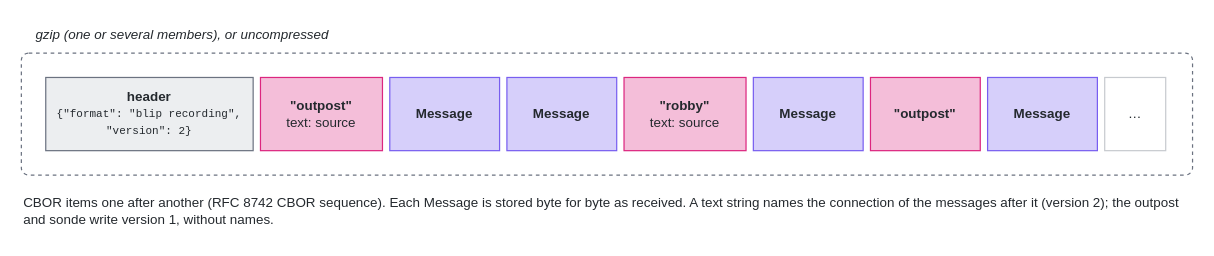
Before: doc/source/diagrams/recording-file.drawio in stefanluethi/blip, a draw.io diagram. Source tidied: cells renumbered, new cells numbered last; positions are measured from the earlier drawing's top-left corner, leaving out a move shared by most shapes. Both pictures are drawn from the tidied source at 122%, with x=0, y=0 at pixel (21, 21).
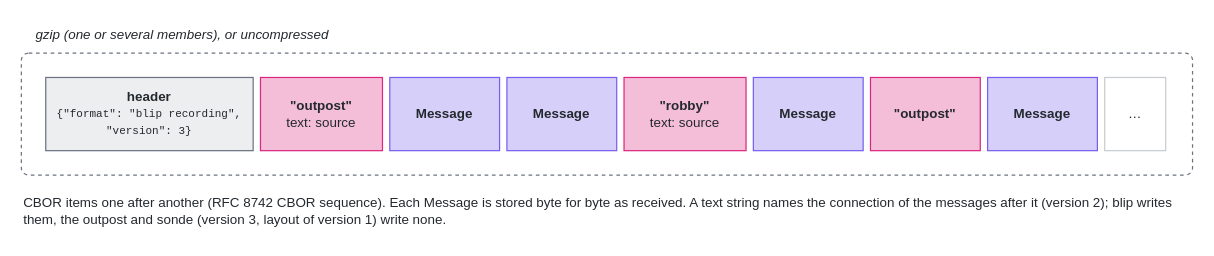
After the change.

What changed in the source:
```diff
@@
 <mxGraphModel background="#ffffff">
   <root>
     <mxCell id="0" />
     <mxCell id="1" parent="0" />
     <mxCell id="2" style="fontColor=#24292e;fontFamily=Fira Sans,Helvetica,Arial,sans-serif;html=1;whiteSpace=wrap;rounded=1;arcSize=6;fillColor=none;strokeColor=#6b7280;dashed=1;" parent="1" vertex="1">
       <mxGeometry y="26" width="960" height="100" as="geometry" />
     </mxCell>
     <mxCell id="3" value="gzip (one or several members), or uncompressed" style="fontColor=#24292e;fontFamily=Fira Sans,Helvetica,Arial,sans-serif;text;html=1;whiteSpace=wrap;align=center;verticalAlign=middle;fontSize=11;align=left;fontStyle=2;" parent="1" vertex="1">
       <mxGeometry x="10" width="400" height="22" as="geometry" />
     </mxCell>
-    <mxCell id="4" value="&lt;b&gt;header&lt;/b&gt;&lt;br&gt;&lt;font face=&quot;Fira Code, Courier New, monospace&quot; style=&quot;font-size:9px&quot;&gt;{&quot;format&quot;: &quot;blip recording&quot;,&lt;br&gt;&quot;version&quot;: 2}&lt;/font&gt;" style="fontColor=#24292e;fontFamily=Fira Sans,Helvetica,Arial,sans-serif;html=1;whiteSpace=wrap;rounded=0;fillColor=#eceef0;strokeColor=#6b7280;fontSize=11;" parent="1" vertex="1">
+    <mxCell id="4" value="&lt;b&gt;header&lt;/b&gt;&lt;br&gt;&lt;font face=&quot;Fira Code, Courier New, monospace&quot; style=&quot;font-size:9px&quot;&gt;{&quot;format&quot;: &quot;blip recording&quot;,&lt;br&gt;&quot;version&quot;: 3}&lt;/font&gt;" style="fontColor=#24292e;fontFamily=Fira Sans,Helvetica,Arial,sans-serif;html=1;whiteSpace=wrap;rounded=0;fillColor=#eceef0;strokeColor=#6b7280;fontSize=11;" parent="1" vertex="1">
       <mxGeometry x="20" y="46" width="170" height="60" as="geometry" />
     </mxCell>
     <mxCell id="5" value="&lt;b&gt;&quot;outpost&quot;&lt;/b&gt;&lt;br&gt;text: source" style="fontColor=#24292e;fontFamily=Fira Sans,Helvetica,Arial,sans-serif;html=1;whiteSpace=wrap;rounded=0;fillColor=#f4bed9;strokeColor=#dc267f;fontSize=11;" parent="1" vertex="1">
       <mxGeometry x="196" y="46" width="100" height="60" as="geometry" />
     </mxCell>
     <mxCell id="6" value="&lt;b&gt;Message&lt;/b&gt;" style="fontColor=#24292e;fontFamily=Fira Sans,Helvetica,Arial,sans-serif;html=1;whiteSpace=wrap;rounded=0;fillColor=#d6cffa;strokeColor=#785ef0;fontSize=11;" parent="1" vertex="1">
       <mxGeometry x="302" y="46" width="90" height="60" as="geometry" />
     </mxCell>
     <mxCell id="7" value="&lt;b&gt;Message&lt;/b&gt;" style="fontColor=#24292e;fontFamily=Fira Sans,Helvetica,Arial,sans-serif;html=1;whiteSpace=wrap;rounded=0;fillColor=#d6cffa;strokeColor=#785ef0;fontSize=11;" parent="1" vertex="1">
       <mxGeometry x="398" y="46" width="90" height="60" as="geometry" />
     </mxCell>
     <mxCell id="8" value="&lt;b&gt;&quot;robby&quot;&lt;/b&gt;&lt;br&gt;text: source" style="fontColor=#24292e;fontFamily=Fira Sans,Helvetica,Arial,sans-serif;html=1;whiteSpace=wrap;rounded=0;fillColor=#f4bed9;strokeColor=#dc267f;fontSize=11;" parent="1" vertex="1">
       <mxGeometry x="494" y="46" width="100" height="60" as="geometry" />
     </mxCell>
     <mxCell id="9" value="&lt;b&gt;Message&lt;/b&gt;" style="fontColor=#24292e;fontFamily=Fira Sans,Helvetica,Arial,sans-serif;html=1;whiteSpace=wrap;rounded=0;fillColor=#d6cffa;strokeColor=#785ef0;fontSize=11;" parent="1" vertex="1">
       <mxGeometry x="600" y="46" width="90" height="60" as="geometry" />
     </mxCell>
     <mxCell id="10" value="&lt;b&gt;&quot;outpost&quot;&lt;/b&gt;" style="fontColor=#24292e;fontFamily=Fira Sans,Helvetica,Arial,sans-serif;html=1;whiteSpace=wrap;rounded=0;fillColor=#f4bed9;strokeColor=#dc267f;fontSize=11;" parent="1" vertex="1">
       <mxGeometry x="696" y="46" width="90" height="60" as="geometry" />
     </mxCell>
     <mxCell id="11" value="&lt;b&gt;Message&lt;/b&gt;" style="fontColor=#24292e;fontFamily=Fira Sans,Helvetica,Arial,sans-serif;html=1;whiteSpace=wrap;rounded=0;fillColor=#d6cffa;strokeColor=#785ef0;fontSize=11;" parent="1" vertex="1">
       <mxGeometry x="792" y="46" width="90" height="60" as="geometry" />
     </mxCell>
     <mxCell id="12" value="…" style="fontColor=#24292e;fontFamily=Fira Sans,Helvetica,Arial,sans-serif;html=1;whiteSpace=wrap;rounded=0;fillColor=#ffffff;strokeColor=#c7cacf;fontSize=11;" parent="1" vertex="1">
       <mxGeometry x="888" y="46" width="50" height="60" as="geometry" />
     </mxCell>
-    <mxCell id="13" value="CBOR items one after another (RFC 8742 CBOR sequence). Each Message is stored byte for byte as received. A text string names the connection of the messages after it (version 2); the outpost and sonde write version 1, without names." style="fontColor=#24292e;fontFamily=Fira Sans,Helvetica,Arial,sans-serif;text;html=1;whiteSpace=wrap;align=center;verticalAlign=middle;fontSize=11;align=left;" parent="1" vertex="1">
+    <mxCell id="13" value="CBOR items one after another (RFC 8742 CBOR sequence). Each Message is stored byte for byte as received. A text string names the connection of the messages after it (version 2); blip writes them, the outpost and sonde (version 3, layout of version 1) write none." style="fontColor=#24292e;fontFamily=Fira Sans,Helvetica,Arial,sans-serif;text;html=1;whiteSpace=wrap;align=center;verticalAlign=middle;fontSize=11;align=left;" parent="1" vertex="1">
       <mxGeometry y="136" width="960" height="40" as="geometry" />
     </mxCell>
   </root>
 </mxGraphModel>
```
